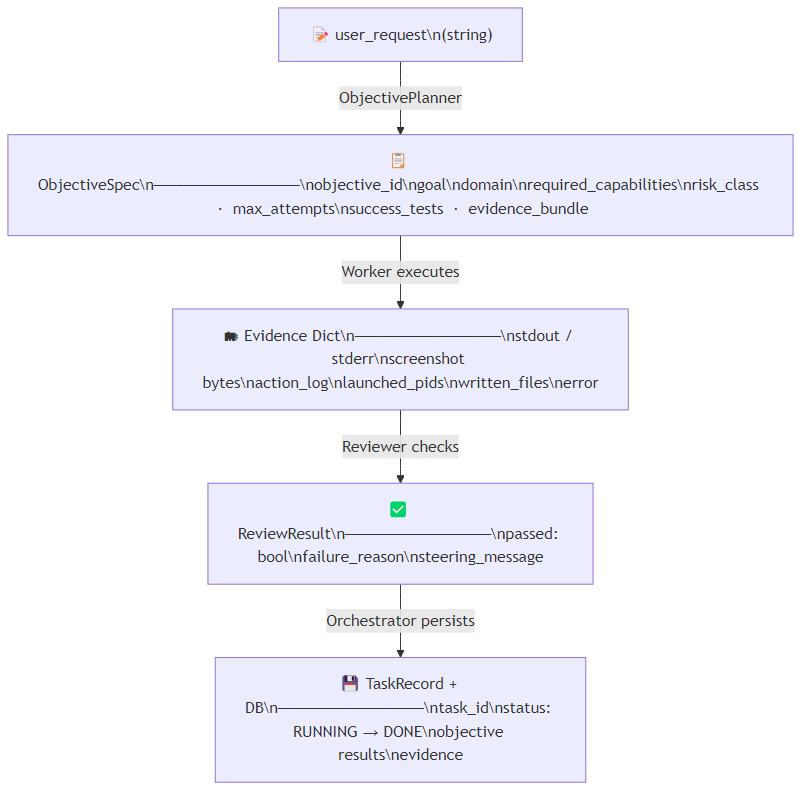
The Mermaid diagram docs/diagrams/06-data-flow.png in DurdeuVlad/trinity-pilot, before a commit. Its source is kept beside it as docs/diagrams/06-data-flow.mmd. Its diagram source:
```mermaid
flowchart TD
    A["📝 user_request\n(string)"]

    A -->|ObjectivePlanner| B

    B["📋 ObjectiveSpec\n─────────────\nobjective_id\ngoal\ndomain\nrequired_capabilities\nrisk_class  ·  max_attempts\nsuccess_tests  ·  evidence_bundle"]

    B -->|Worker executes| C

    C["🗂 Evidence Dict\n─────────────\nstdout / stderr\nscreenshot bytes\naction_log\nlaunched_pids\nwritten_files\nerror"]

    C -->|Reviewer checks| D

    D["✅ ReviewResult\n─────────────\npassed: bool\nfailure_reason\nsteering_message"]

    D -->|Orchestrator persists| E

    E["💾 TaskRecord + DB\n─────────────\ntask_id\nstatus: RUNNING → DONE\nobjective results\nevidence"]
```
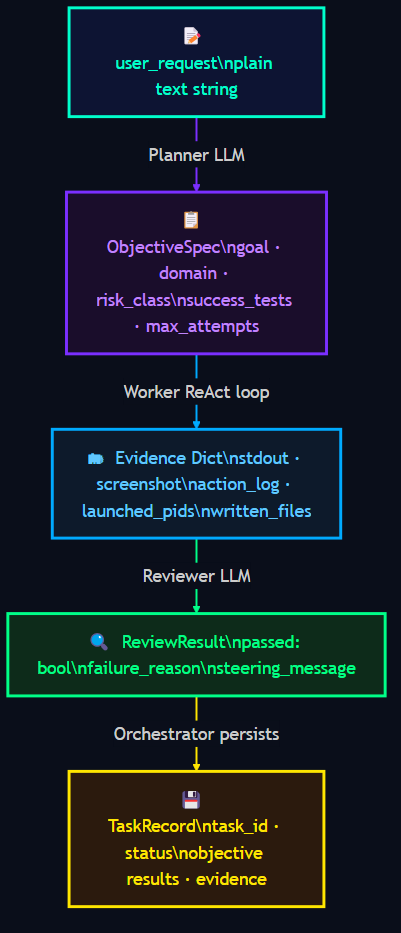
After the change.

Change to the diagram source:
```diff
@@ -1,18 +1,27 @@
+%%{init: {'theme': 'dark', 'themeVariables': {'background': '#0a0e1a', 'primaryColor': '#0d1433', 'primaryBorderColor': '#00ffcc', 'primaryTextColor': '#e2e8f0', 'lineColor': '#00ffcc', 'edgeLabelBackground': '#0a0e1a', 'fontSize': '18px'}}}%%
 flowchart TD
-    A["📝 user_request\n(string)"]
+    classDef input  fill:#0d1433,stroke:#00ffcc,stroke-width:3px,color:#00ffcc
+    classDef spec   fill:#1a0d2b,stroke:#7b2fff,stroke-width:3px,color:#c084fc
+    classDef evid   fill:#0d1a2b,stroke:#00aaff,stroke-width:3px,color:#60c8ff
+    classDef review fill:#0d2b1a,stroke:#00ff88,stroke-width:3px,color:#00ff88
+    classDef db     fill:#2b1a0d,stroke:#ffe600,stroke-width:3px,color:#ffe600
 
-    A -->|ObjectivePlanner| B
+    A["📝  user_request\nplain text string"]:::input
 
-    B["📋 ObjectiveSpec\n─────────────\nobjective_id\ngoal\ndomain\nrequired_capabilities\nrisk_class  ·  max_attempts\nsuccess_tests  ·  evidence_bundle"]
+    B["📋  ObjectiveSpec\ngoal · domain · risk_class\nsuccess_tests · max_attempts"]:::spec
 
-    B -->|Worker executes| C
+    C["🗂  Evidence Dict\nstdout · screenshot\naction_log · launched_pids\nwritten_files"]:::evid
 
-    C["🗂 Evidence Dict\n─────────────\nstdout / stderr\nscreenshot bytes\naction_log\nlaunched_pids\nwritten_files\nerror"]
+    D["🔍  ReviewResult\npassed: bool\nfailure_reason\nsteering_message"]:::review
 
-    C -->|Reviewer checks| D
+    E["💾  TaskRecord\ntask_id · status\nobjective results · evidence"]:::db
 
-    D["✅ ReviewResult\n─────────────\npassed: bool\nfailure_reason\nsteering_message"]
-
+    A -->|Planner LLM| B
+    B -->|Worker ReAct loop| C
+    C -->|Reviewer LLM| D
     D -->|Orchestrator persists| E
 
-    E["💾 TaskRecord + DB\n─────────────\ntask_id\nstatus: RUNNING → DONE\nobjective results\nevidence"]
+    linkStyle 0 stroke:#7b2fff,stroke-width:2px
+    linkStyle 1 stroke:#00aaff,stroke-width:2px
+    linkStyle 2 stroke:#00ff88,stroke-width:2px
+    linkStyle 3 stroke:#ffe600,stroke-width:2px
```
